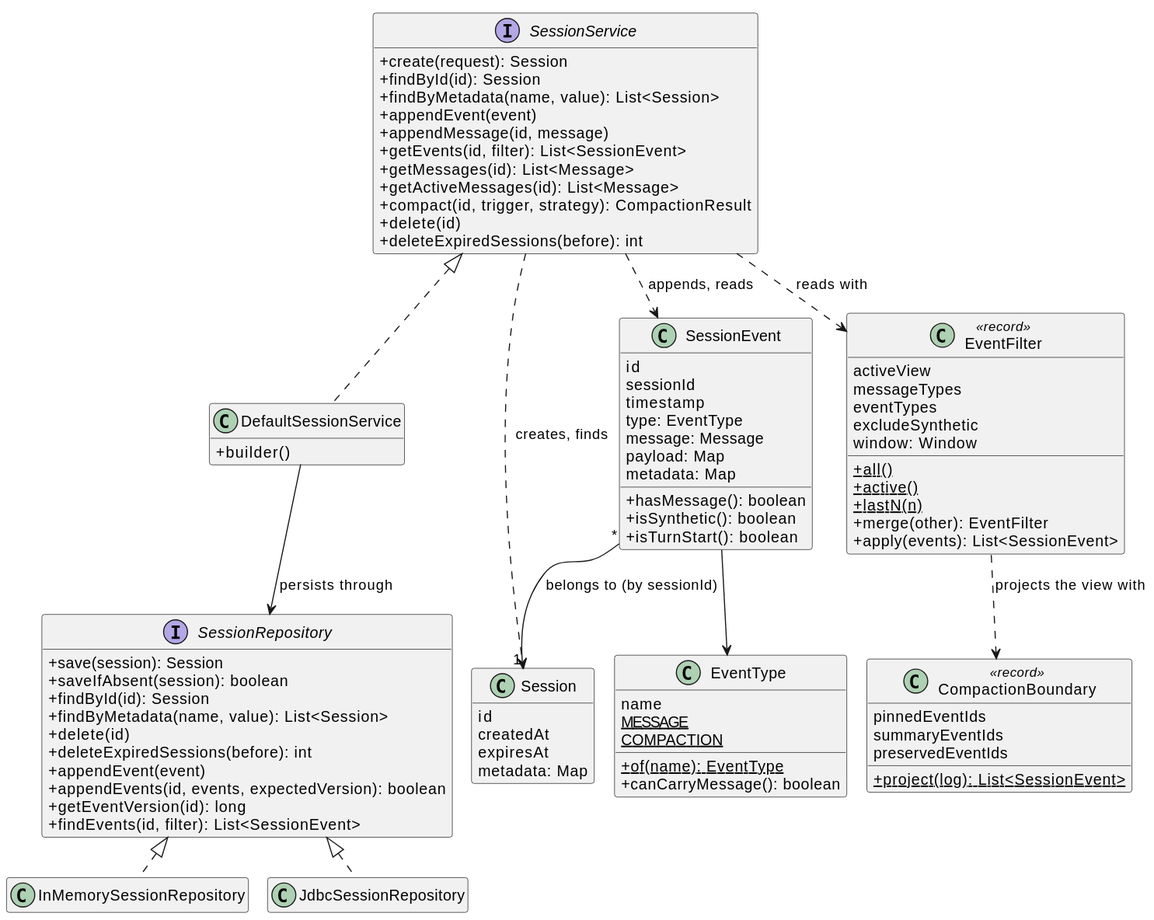
Above: spring-ai-docs/src/main/antora/modules/ROOT/images/session/session-core-classes.svg in spring-projects/spring-ai (PlantUML), before the change.
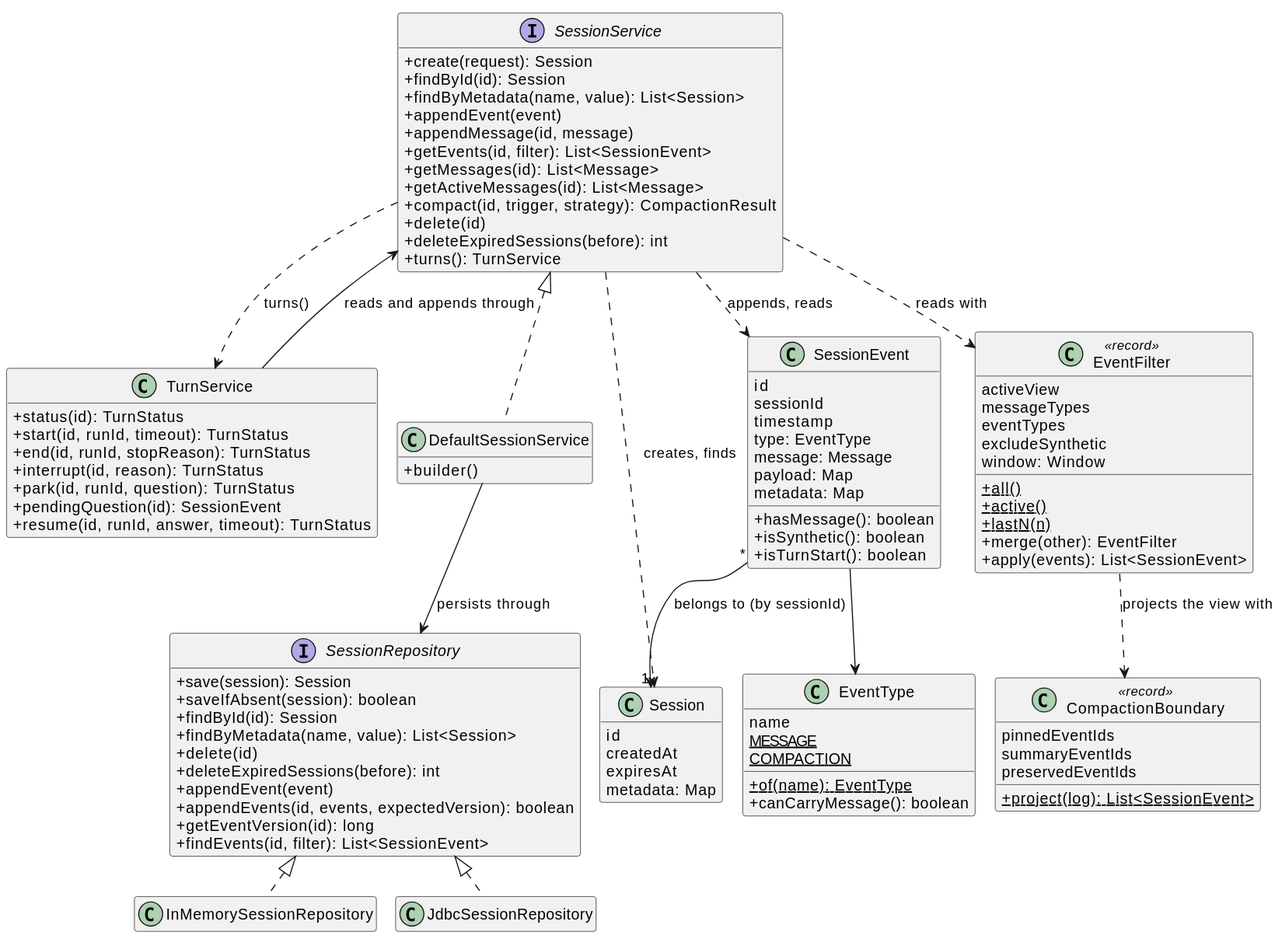
The same diagram one commit later.

What changed in the source:
```diff
@@ -17,6 +17,16 @@
   +compact(id, trigger, strategy): CompactionResult
   +delete(id)
   +deleteExpiredSessions(before): int
+  +turns(): TurnService
+}
+class TurnService {
+  +status(id): TurnStatus
+  +start(id, runId, timeout): TurnStatus
+  +end(id, runId, stopReason): TurnStatus
+  +interrupt(id, reason): TurnStatus
+  +park(id, runId, question): TurnStatus
+  +pendingQuestion(id): SessionEvent
+  +resume(id, runId, answer, timeout): TurnStatus
 }
 class DefaultSessionService {
   +builder()
@@ -81,6 +91,8 @@
 }
 
 SessionService <|.. DefaultSessionService
+SessionService ..> TurnService : turns()
+TurnService --> SessionService : reads and appends through
 DefaultSessionService --> SessionRepository : persists through
 SessionRepository <|.. InMemorySessionRepository
 SessionRepository <|.. JdbcSessionRepository
```
